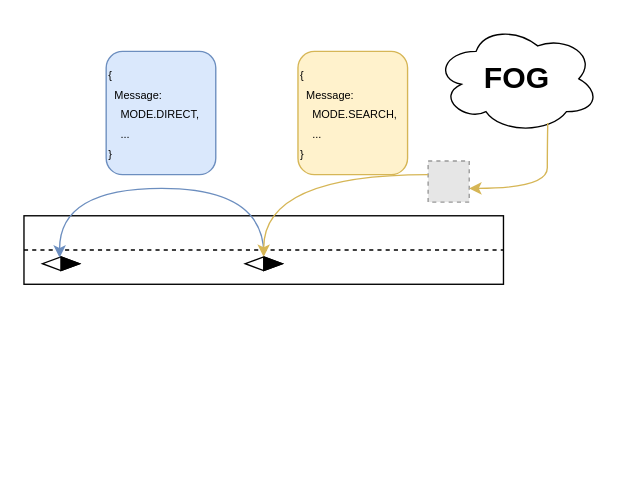
Gustominox/FOVNET keeps this draw.io diagram as NPR_network_fog_message.drawio. Above is the earlier version. Source tidied: cells renumbered, new cells numbered last; positions are measured from the earlier drawing's top-left corner, leaving out a move shared by most shapes. Both pictures are drawn from the tidied source at 137%, with x=0, y=0 at pixel (23, 23). Pictures stored in the file or linked from it are replaced by grey dashed boxes.
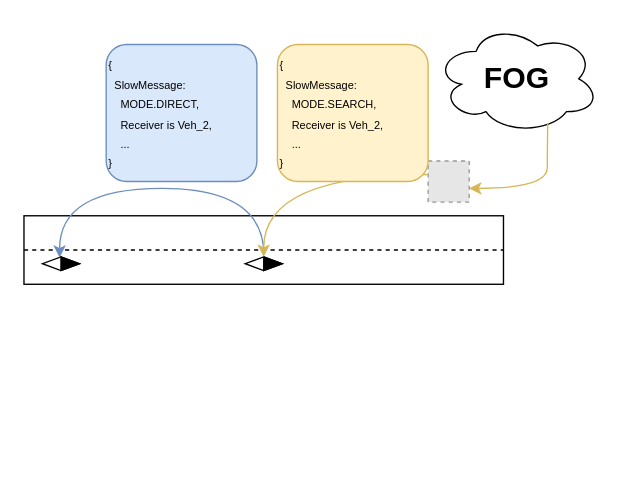
The same diagram, later.

Diff of the diagram source:
```diff
@@
-    <mxCell id="16" value="&lt;font style=&quot;color: rgb(0, 0, 0); font-family: &amp;quot;Fira Code&amp;quot;; text-wrap-mode: nowrap; font-size: 8px;&quot;&gt;&lt;font face=&quot;Source Code Pro&quot;&gt;{&lt;/font&gt;&lt;/font&gt;&lt;div style=&quot;font-family: &amp;quot;Fira Code&amp;quot;; text-wrap-mode: nowrap;&quot;&gt;&lt;font style=&quot;font-size: 8px; color: rgb(0, 0, 0);&quot;&gt;&lt;font face=&quot;Source Code Pro&quot;&gt;&amp;nbsp; Message:&amp;nbsp;&lt;/font&gt;&lt;/font&gt;&lt;/div&gt;&lt;div style=&quot;font-family: &amp;quot;Fira Code&amp;quot;; text-wrap-mode: nowrap;&quot;&gt;&lt;font style=&quot;font-size: 8px; color: rgb(0, 0, 0);&quot;&gt;&lt;font face=&quot;Source Code Pro&quot;&gt;&amp;nbsp; &amp;nbsp; MODE.&lt;/font&gt;&lt;span style=&quot;font-family: &amp;quot;Source Code Pro&amp;quot;; background-color: transparent;&quot;&gt;SEARCH,&lt;/span&gt;&lt;/font&gt;&lt;/div&gt;&lt;div style=&quot;font-family: &amp;quot;Fira Code&amp;quot;; text-wrap-mode: nowrap;&quot;&gt;&lt;font style=&quot;font-size: 8px; color: rgb(0, 0, 0);&quot;&gt;&lt;span style=&quot;font-family: &amp;quot;Source Code Pro&amp;quot;; background-color: transparent;&quot;&gt;&amp;nbsp; &amp;nbsp; ...&lt;/span&gt;&lt;/font&gt;&lt;/div&gt;&lt;div style=&quot;font-family: &amp;quot;Fira Code&amp;quot;; text-wrap-mode: nowrap;&quot;&gt;&lt;font style=&quot;font-size: 8px; color: rgb(0, 0, 0);&quot;&gt;&lt;span style=&quot;font-family: &amp;quot;Source Code Pro&amp;quot;; background-color: transparent;&quot;&gt;}&lt;/span&gt;&lt;/font&gt;&lt;/div&gt;" style="rounded=1;whiteSpace=wrap;html=1;align=left;fillColor=#fff2cc;strokeColor=#d6b656;" parent="1" vertex="1">
-      <mxGeometry x="200" y="20" width="80" height="90" as="geometry" />
+    <mxCell id="16" value="&lt;font style=&quot;color: rgb(0, 0, 0); font-family: &amp;quot;Fira Code&amp;quot;; text-wrap-mode: nowrap; font-size: 8px;&quot;&gt;&lt;font face=&quot;Source Code Pro&quot;&gt;{&lt;/font&gt;&lt;/font&gt;&lt;div style=&quot;font-family: &amp;quot;Fira Code&amp;quot;; text-wrap-mode: nowrap;&quot;&gt;&lt;font style=&quot;font-size: 8px; color: rgb(0, 0, 0);&quot;&gt;&lt;font face=&quot;Source Code Pro&quot;&gt;&amp;nbsp; SlowMessage:&amp;nbsp;&lt;/font&gt;&lt;/font&gt;&lt;/div&gt;&lt;div style=&quot;font-family: &amp;quot;Fira Code&amp;quot;; text-wrap-mode: nowrap;&quot;&gt;&lt;font style=&quot;font-size: 8px; color: rgb(0, 0, 0);&quot;&gt;&lt;font face=&quot;Source Code Pro&quot;&gt;&amp;nbsp; &amp;nbsp; MODE.&lt;/font&gt;&lt;span style=&quot;font-family: &amp;quot;Source Code Pro&amp;quot;; background-color: transparent;&quot;&gt;SEARCH,&lt;br&gt;&amp;nbsp; &amp;nbsp; Receiver is Veh_2,&lt;/span&gt;&lt;/font&gt;&lt;/div&gt;&lt;div style=&quot;font-family: &amp;quot;Fira Code&amp;quot;; text-wrap-mode: nowrap;&quot;&gt;&lt;font style=&quot;font-size: 8px; color: rgb(0, 0, 0);&quot;&gt;&lt;span style=&quot;font-family: &amp;quot;Source Code Pro&amp;quot;; background-color: transparent;&quot;&gt;&amp;nbsp; &amp;nbsp; ...&lt;/span&gt;&lt;/font&gt;&lt;/div&gt;&lt;div style=&quot;font-family: &amp;quot;Fira Code&amp;quot;; text-wrap-mode: nowrap;&quot;&gt;&lt;font style=&quot;font-size: 8px; color: rgb(0, 0, 0);&quot;&gt;&lt;span style=&quot;font-family: &amp;quot;Source Code Pro&amp;quot;; background-color: transparent;&quot;&gt;}&lt;/span&gt;&lt;/font&gt;&lt;/div&gt;" style="rounded=1;whiteSpace=wrap;html=1;align=left;fillColor=#fff2cc;strokeColor=#d6b656;" parent="1" vertex="1">
+      <mxGeometry x="185" y="15" width="110" height="100" as="geometry" />
     </mxCell>
-    <mxCell id="17" value="&lt;font style=&quot;color: rgb(0, 0, 0); font-family: &amp;quot;Fira Code&amp;quot;; text-wrap-mode: nowrap; font-size: 8px;&quot;&gt;&lt;font face=&quot;Source Code Pro&quot;&gt;{&lt;/font&gt;&lt;/font&gt;&lt;div style=&quot;font-family: &amp;quot;Fira Code&amp;quot;; text-wrap-mode: nowrap;&quot;&gt;&lt;font style=&quot;font-size: 8px; color: rgb(0, 0, 0);&quot;&gt;&lt;font face=&quot;Source Code Pro&quot;&gt;&amp;nbsp; Message:&amp;nbsp;&lt;/font&gt;&lt;/font&gt;&lt;/div&gt;&lt;div style=&quot;font-family: &amp;quot;Fira Code&amp;quot;; text-wrap-mode: nowrap;&quot;&gt;&lt;font style=&quot;font-size: 8px; color: rgb(0, 0, 0);&quot;&gt;&lt;font face=&quot;Source Code Pro&quot;&gt;&amp;nbsp; &amp;nbsp; MODE.&lt;/font&gt;&lt;span style=&quot;font-family: &amp;quot;Source Code Pro&amp;quot;; background-color: transparent;&quot;&gt;DIRECT,&lt;/span&gt;&lt;/font&gt;&lt;/div&gt;&lt;div style=&quot;font-family: &amp;quot;Fira Code&amp;quot;; text-wrap-mode: nowrap;&quot;&gt;&lt;font style=&quot;font-size: 8px; color: rgb(0, 0, 0);&quot;&gt;&lt;span style=&quot;font-family: &amp;quot;Source Code Pro&amp;quot;; background-color: transparent;&quot;&gt;&amp;nbsp; &amp;nbsp; ...&lt;/span&gt;&lt;/font&gt;&lt;/div&gt;&lt;div style=&quot;font-family: &amp;quot;Fira Code&amp;quot;; text-wrap-mode: nowrap;&quot;&gt;&lt;font style=&quot;font-size: 8px; color: rgb(0, 0, 0);&quot;&gt;&lt;span style=&quot;font-family: &amp;quot;Source Code Pro&amp;quot;; background-color: transparent;&quot;&gt;}&lt;/span&gt;&lt;/font&gt;&lt;/div&gt;" style="rounded=1;whiteSpace=wrap;html=1;align=left;fillColor=#dae8fc;strokeColor=#6c8ebf;" parent="1" vertex="1">
-      <mxGeometry x="60" y="20" width="80" height="90" as="geometry" />
+    <mxCell id="17" value="&lt;font style=&quot;color: rgb(0, 0, 0); text-wrap-mode: nowrap; font-family: &amp;quot;Fira Code&amp;quot;; font-size: 8px;&quot;&gt;&lt;font face=&quot;Source Code Pro&quot;&gt;{&lt;/font&gt;&lt;/font&gt;&lt;div style=&quot;text-wrap-mode: nowrap; font-family: &amp;quot;Fira Code&amp;quot;;&quot;&gt;&lt;font style=&quot;font-size: 8px; color: rgb(0, 0, 0);&quot;&gt;&lt;font face=&quot;Source Code Pro&quot;&gt;&amp;nbsp; SlowMessage:&amp;nbsp;&lt;/font&gt;&lt;/font&gt;&lt;/div&gt;&lt;div style=&quot;text-wrap-mode: nowrap; font-family: &amp;quot;Fira Code&amp;quot;;&quot;&gt;&lt;font style=&quot;font-size: 8px; color: rgb(0, 0, 0);&quot;&gt;&lt;font face=&quot;Source Code Pro&quot;&gt;&amp;nbsp; &amp;nbsp; MODE.&lt;/font&gt;&lt;span style=&quot;font-family: &amp;quot;Source Code Pro&amp;quot;; background-color: transparent;&quot;&gt;DIRECT&lt;/span&gt;&lt;/font&gt;&lt;span style=&quot;background-color: transparent; font-family: &amp;quot;Source Code Pro&amp;quot;; color: light-dark(rgb(0, 0, 0), rgb(237, 237, 237)); font-size: 8px;&quot;&gt;,&lt;/span&gt;&lt;/div&gt;&lt;div style=&quot;text-wrap-mode: nowrap; font-family: &amp;quot;Fira Code&amp;quot;;&quot;&gt;&lt;font style=&quot;font-size: 8px; color: rgb(0, 0, 0);&quot;&gt;&lt;span style=&quot;font-family: &amp;quot;Source Code Pro&amp;quot;; background-color: transparent;&quot;&gt;&amp;nbsp; &amp;nbsp; Receiver is Veh_2,&lt;/span&gt;&lt;/font&gt;&lt;/div&gt;&lt;div style=&quot;text-wrap-mode: nowrap; font-family: &amp;quot;Fira Code&amp;quot;;&quot;&gt;&lt;font style=&quot;font-size: 8px; color: rgb(0, 0, 0);&quot;&gt;&lt;span style=&quot;font-family: &amp;quot;Source Code Pro&amp;quot;; background-color: transparent;&quot;&gt;&amp;nbsp; &amp;nbsp; ...&lt;/span&gt;&lt;/font&gt;&lt;/div&gt;&lt;div style=&quot;text-wrap-mode: nowrap; font-family: &amp;quot;Fira Code&amp;quot;;&quot;&gt;&lt;font style=&quot;font-size: 8px; color: rgb(0, 0, 0);&quot;&gt;&lt;span style=&quot;font-family: &amp;quot;Source Code Pro&amp;quot;; background-color: transparent;&quot;&gt;}&lt;/span&gt;&lt;/font&gt;&lt;/div&gt;" style="rounded=1;whiteSpace=wrap;html=1;align=left;fillColor=#dae8fc;strokeColor=#6c8ebf;" parent="1" vertex="1">
+      <mxGeometry x="60" y="15" width="110" height="100" as="geometry" />
     </mxCell>
```
